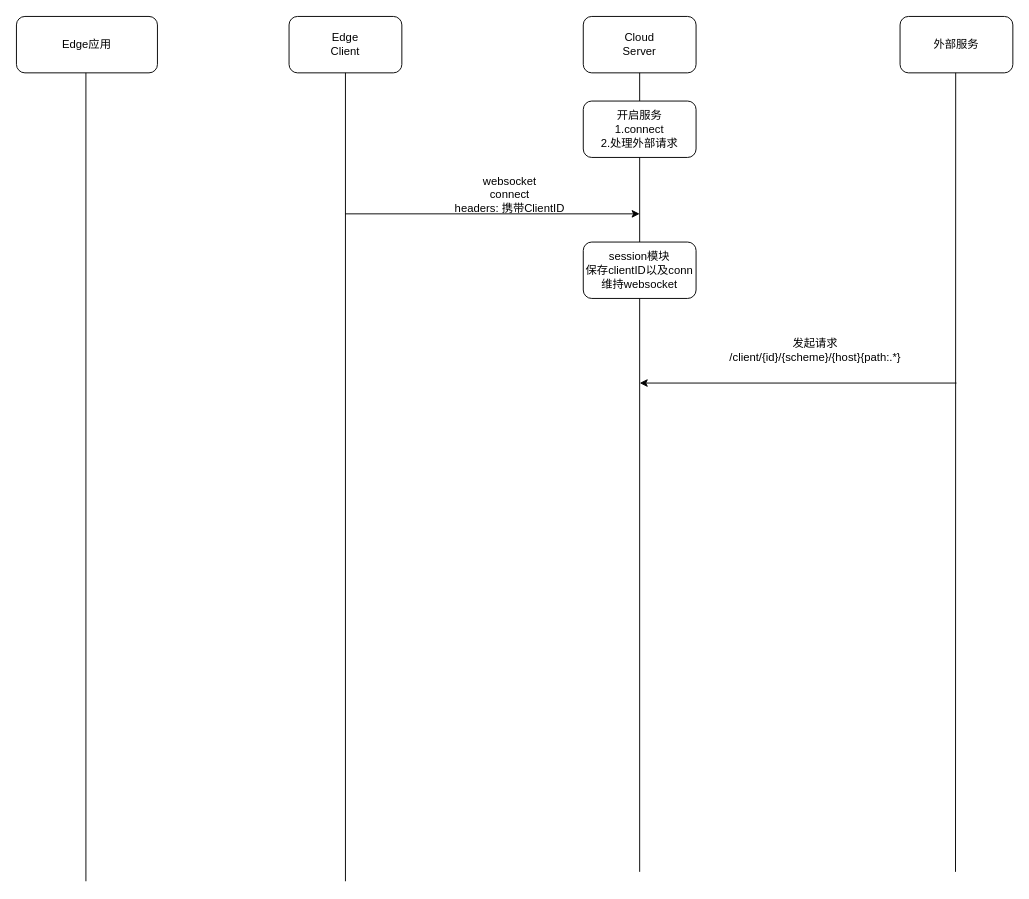
Above: rancher remotedilar交互.drawio in TonyZZhang/draw (draw.io), before the change. Source tidied: cells renumbered, new cells numbered last; positions are measured from the earlier drawing's top-left corner, leaving out a move shared by most shapes. Both pictures are drawn from the tidied source at 94%, with x=0, y=0 at pixel (16, 16).
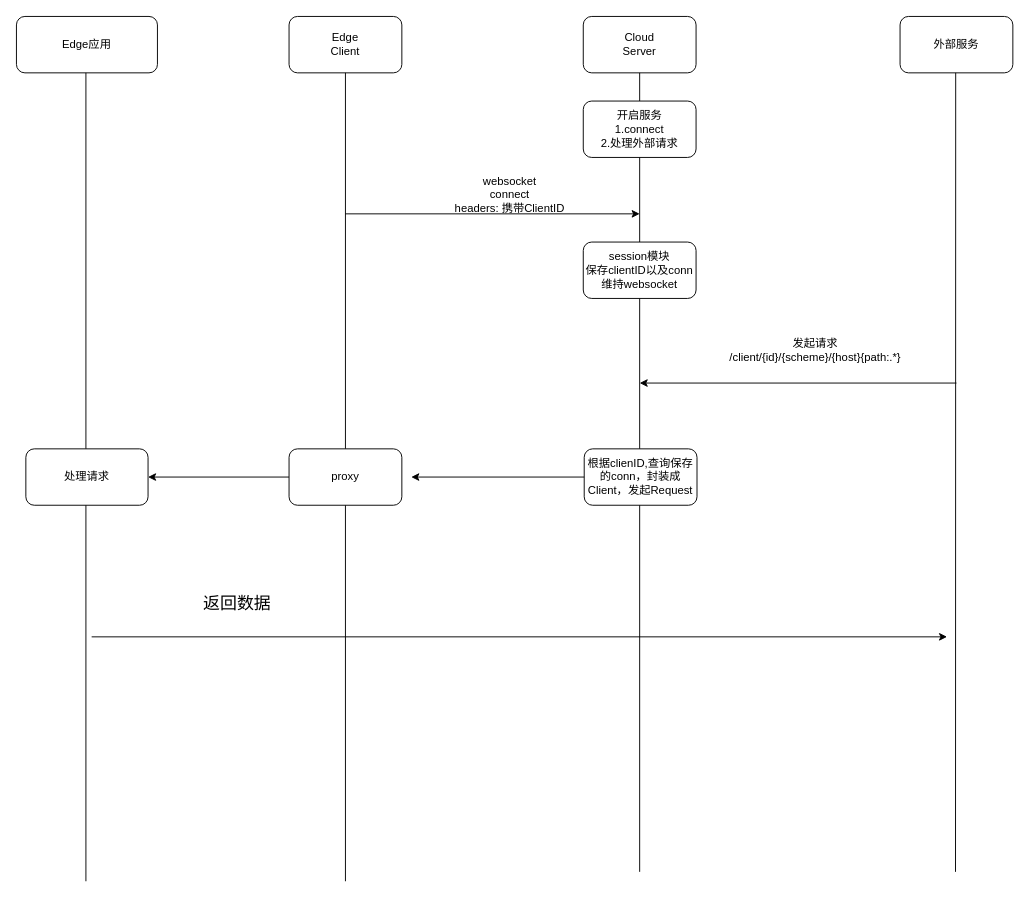
The same diagram, later.

Change to the diagram source:
```diff
@@
+    <mxCell id="16" value="根据clienID,查询保存的conn，封装成Client，发起Request" style="rounded=1;whiteSpace=wrap;html=1;" parent="1" vertex="1">
+      <mxGeometry x="604" y="460" width="120" height="60" as="geometry" />
+    </mxCell>
+    <mxCell id="17" style="endArrow=classic;html=1;rounded=0;exitX=0;exitY=0.5;exitDx=0;exitDy=0;" parent="1" edge="1" source="16">
+      <mxGeometry relative="1" as="geometry">
+        <mxPoint x="420" y="490" as="targetPoint" />
+      </mxGeometry>
+    </mxCell>
+    <mxCell id="18" value="proxy" style="rounded=1;whiteSpace=wrap;html=1;" parent="1" vertex="1">
+      <mxGeometry x="290" y="460" width="120" height="60" as="geometry" />
+    </mxCell>
+    <mxCell id="19" value="处理请求" style="rounded=1;whiteSpace=wrap;html=1;" parent="1" vertex="1">
+      <mxGeometry x="10" y="460" width="130" height="60" as="geometry" />
+    </mxCell>
+    <mxCell id="20" style="endArrow=classic;html=1;rounded=0;entryX=1;entryY=0.5;entryDx=0;entryDy=0;exitX=0;exitY=0.5;exitDx=0;exitDy=0;" parent="1" edge="1" source="18" target="19">
+      <mxGeometry relative="1" as="geometry" />
+    </mxCell>
+    <mxCell id="21" style="endArrow=classic;html=1;rounded=0;" parent="1" edge="1">
+      <mxGeometry relative="1" as="geometry">
+        <mxPoint x="80" y="660" as="sourcePoint" />
+        <mxPoint x="990" y="660" as="targetPoint" />
+      </mxGeometry>
+    </mxCell>
+    <mxCell id="22" value="返回数据" style="text;html=1;strokeColor=none;fillColor=none;align=center;verticalAlign=middle;whiteSpace=wrap;rounded=0;fontSize=18;" parent="1" vertex="1">
+      <mxGeometry x="190" y="610" width="90" height="30" as="geometry" />
+    </mxCell>
```
